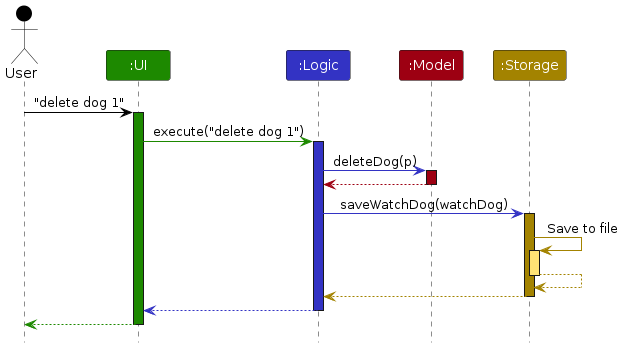
AY2627S1-CS2103T-T15-4/tp keeps this PlantUML diagram as diagrams/ArchitectureSequenceDiagram.png. Above is the earlier version. Its source is kept beside it as diagrams/ArchitectureSequenceDiagram.puml.
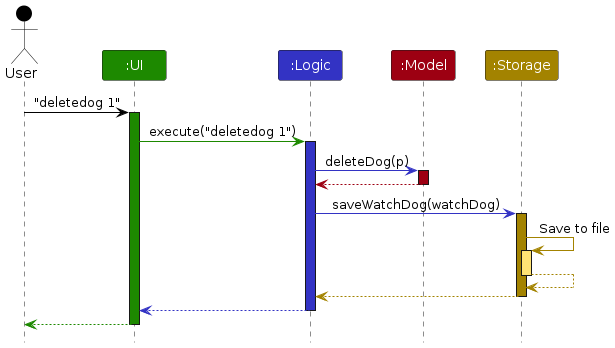
The same file after the commit.

Diff of the diagram source:
```diff
@@ -8,10 +8,10 @@
 Participant ":Model" as model MODEL_COLOR
 Participant ":Storage" as storage STORAGE_COLOR
 
-user -[USER_COLOR]> ui : "delete dog 1"
+user -[USER_COLOR]> ui : "deletedog 1"
 activate ui UI_COLOR
 
-ui -[UI_COLOR]> logic : execute("delete dog 1")
+ui -[UI_COLOR]> logic : execute("deletedog 1")
 activate logic LOGIC_COLOR
 
 logic -[LOGIC_COLOR]> model : deleteDog(p)
```
